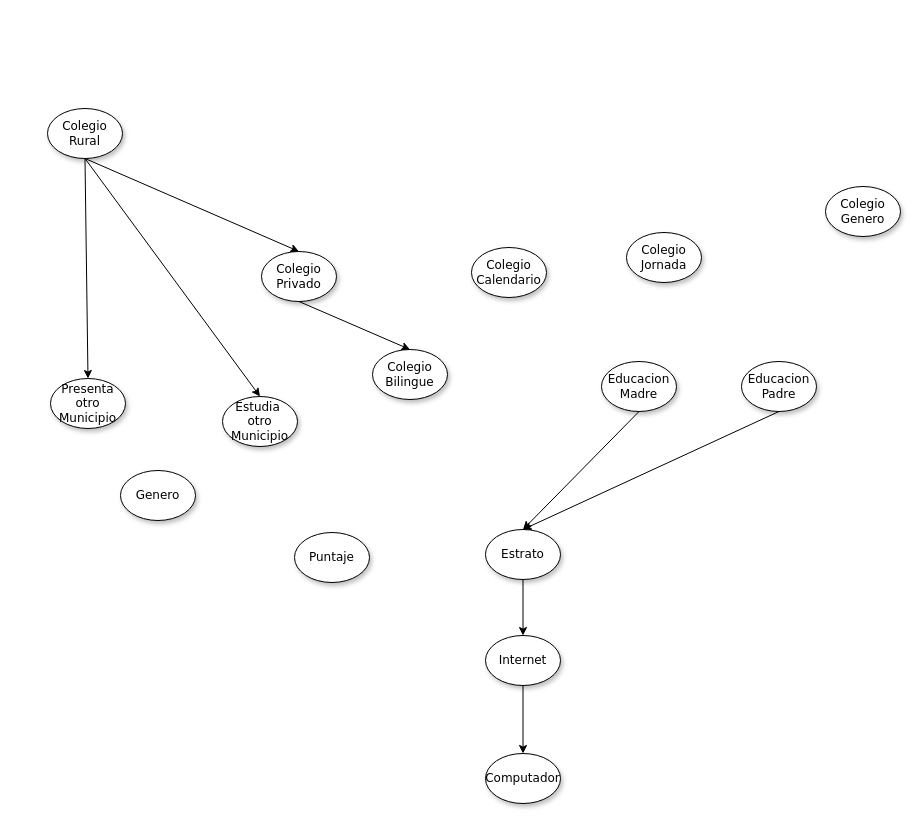
AnaliticaComputacional-2023-10/Proyecto3 keeps this draw.io diagram as Redes Bayesianas/Red Bayesiana.drawio. Above is the earlier version. Source tidied: cells renumbered, new cells numbered last; positions are measured from the earlier drawing's top-left corner, leaving out a move shared by most shapes. Both pictures are drawn from the tidied source at 100%, with x=0, y=0 at pixel (47, 108).
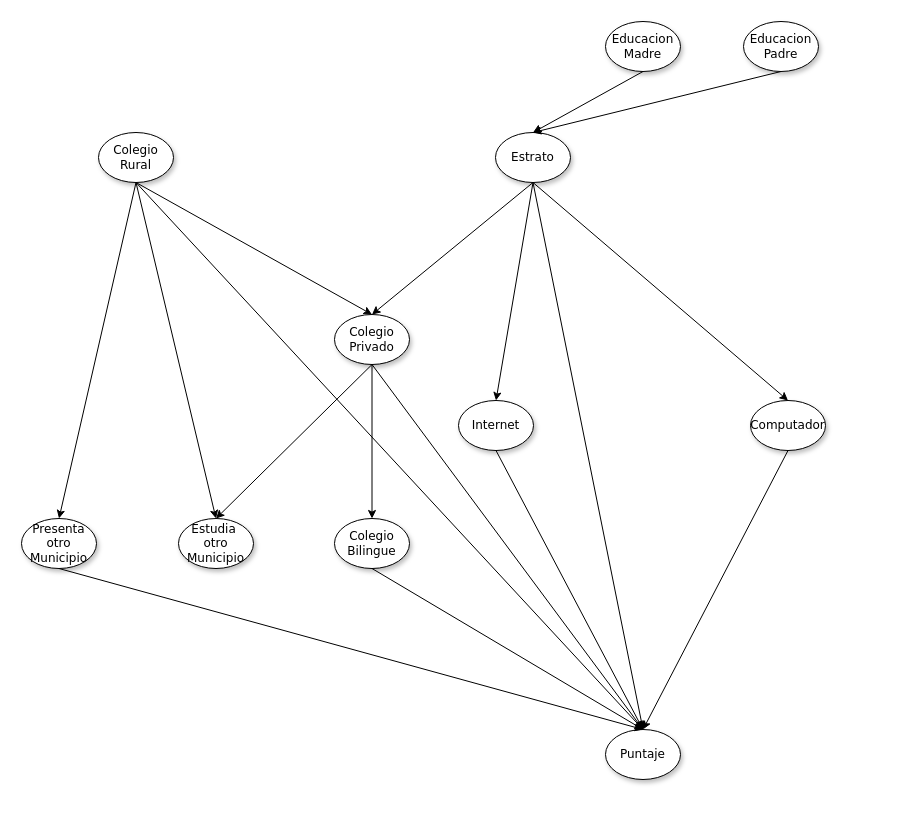
The same page after the edit.

Change to the diagram source:
```diff
@@
     <mxCell id="2" value="Colegio Rural" style="ellipse;whiteSpace=wrap;html=1;rounded=0;shadow=1;comic=0;labelBackgroundColor=none;strokeWidth=1;fontFamily=Verdana;fontSize=12;align=center;" parent="1" vertex="1">
-      <mxGeometry width="75" height="50" as="geometry" />
+      <mxGeometry x="51" y="24" width="75" height="50" as="geometry" />
     </mxCell>
@@
     <mxCell id="4" value="Colegio Bilingue" style="ellipse;whiteSpace=wrap;html=1;rounded=0;shadow=1;comic=0;labelBackgroundColor=none;strokeWidth=1;fontFamily=Verdana;fontSize=12;align=center;" parent="1" vertex="1">
-      <mxGeometry x="325" y="241" width="75" height="50" as="geometry" />
+      <mxGeometry x="287" y="410" width="75" height="50" as="geometry" />
     </mxCell>
-    <mxCell id="5" value="Colegio Calendario" style="ellipse;whiteSpace=wrap;html=1;rounded=0;shadow=1;comic=0;labelBackgroundColor=none;strokeWidth=1;fontFamily=Verdana;fontSize=12;align=center;" parent="1" vertex="1">
-      <mxGeometry x="424" y="139" width="75" height="50" as="geometry" />
-    </mxCell>
     <mxCell id="6" value="Colegio Privado" style="ellipse;whiteSpace=wrap;html=1;rounded=0;shadow=1;comic=0;labelBackgroundColor=none;strokeWidth=1;fontFamily=Verdana;fontSize=12;align=center;" parent="1" vertex="1">
-      <mxGeometry x="214" y="143" width="75" height="50" as="geometry" />
+      <mxGeometry x="287" y="206" width="75" height="50" as="geometry" />
     </mxCell>
-    <mxCell id="7" value="Colegio Genero" style="ellipse;whiteSpace=wrap;html=1;rounded=0;shadow=1;comic=0;labelBackgroundColor=none;strokeWidth=1;fontFamily=Verdana;fontSize=12;align=center;" parent="1" vertex="1">
-      <mxGeometry x="778" y="78" width="75" height="50" as="geometry" />
-    </mxCell>
-    <mxCell id="8" value="Colegio Jornada" style="ellipse;whiteSpace=wrap;html=1;rounded=0;shadow=1;comic=0;labelBackgroundColor=none;strokeWidth=1;fontFamily=Verdana;fontSize=12;align=center;" parent="1" vertex="1">
-      <mxGeometry x="579" y="124" width="75" height="50" as="geometry" />
-    </mxCell>
     <mxCell id="9" value="Estrato" style="ellipse;whiteSpace=wrap;html=1;rounded=0;shadow=1;comic=0;labelBackgroundColor=none;strokeWidth=1;fontFamily=Verdana;fontSize=12;align=center;" parent="1" vertex="1">
-      <mxGeometry x="438" y="421" width="75" height="50" as="geometry" />
+      <mxGeometry x="448" y="24" width="75" height="50" as="geometry" />
     </mxCell>
     <mxCell id="10" value="Educacion Madre" style="ellipse;whiteSpace=wrap;html=1;rounded=0;shadow=1;comic=0;labelBackgroundColor=none;strokeWidth=1;fontFamily=Verdana;fontSize=12;align=center;" parent="1" vertex="1">
-      <mxGeometry x="554" y="253" width="75" height="50" as="geometry" />
+      <mxGeometry x="558" y="-87" width="75" height="50" as="geometry" />
     </mxCell>
     <mxCell id="11" value="Educacion Padre" style="ellipse;whiteSpace=wrap;html=1;rounded=0;shadow=1;comic=0;labelBackgroundColor=none;strokeWidth=1;fontFamily=Verdana;fontSize=12;align=center;" parent="1" vertex="1">
-      <mxGeometry x="694" y="253" width="75" height="50" as="geometry" />
+      <mxGeometry x="696" y="-87" width="75" height="50" as="geometry" />
     </mxCell>
-    <mxCell id="12" value="Genero" style="ellipse;whiteSpace=wrap;html=1;rounded=0;shadow=1;comic=0;labelBackgroundColor=none;strokeWidth=1;fontFamily=Verdana;fontSize=12;align=center;" parent="1" vertex="1">
-      <mxGeometry x="73" y="362" width="75" height="50" as="geometry" />
-    </mxCell>
     <mxCell id="13" value="Computador" style="ellipse;whiteSpace=wrap;html=1;rounded=0;shadow=1;comic=0;labelBackgroundColor=none;strokeWidth=1;fontFamily=Verdana;fontSize=12;align=center;" parent="1" vertex="1">
-      <mxGeometry x="438" y="645" width="75" height="50" as="geometry" />
+      <mxGeometry x="703" y="292" width="75" height="50" as="geometry" />
     </mxCell>
     <mxCell id="14" value="Internet" style="ellipse;whiteSpace=wrap;html=1;rounded=0;shadow=1;comic=0;labelBackgroundColor=none;strokeWidth=1;fontFamily=Verdana;fontSize=12;align=center;" parent="1" vertex="1">
-      <mxGeometry x="438" y="527" width="75" height="50" as="geometry" />
+      <mxGeometry x="411" y="292" width="75" height="50" as="geometry" />
     </mxCell>
     <mxCell id="15" value="Estudia&amp;nbsp; otro Municipio" style="ellipse;whiteSpace=wrap;html=1;rounded=0;shadow=1;comic=0;labelBackgroundColor=none;strokeWidth=1;fontFamily=Verdana;fontSize=12;align=center;" parent="1" vertex="1">
-      <mxGeometry x="175" y="288" width="75" height="50" as="geometry" />
+      <mxGeometry x="131" y="410" width="75" height="50" as="geometry" />
     </mxCell>
     <mxCell id="16" value="Presenta otro Municipio" style="ellipse;whiteSpace=wrap;html=1;rounded=0;shadow=1;comic=0;labelBackgroundColor=none;strokeWidth=1;fontFamily=Verdana;fontSize=12;align=center;" parent="1" vertex="1">
-      <mxGeometry x="3" y="270" width="75" height="50" as="geometry" />
+      <mxGeometry x="-26" y="410" width="75" height="50" as="geometry" />
     </mxCell>
     <mxCell id="17" value="Puntaje" style="ellipse;whiteSpace=wrap;html=1;rounded=0;shadow=1;comic=0;labelBackgroundColor=none;strokeWidth=1;fontFamily=Verdana;fontSize=12;align=center;" parent="1" vertex="1">
-      <mxGeometry x="247" y="424" width="75" height="50" as="geometry" />
+      <mxGeometry x="558" y="621" width="75" height="50" as="geometry" />
     </mxCell>
@@
-    <mxCell id="23" style="endArrow=classic;html=1;rounded=0;exitX=0.5;exitY=1;exitDx=0;exitDy=0;entryX=0.5;entryY=0;entryDx=0;entryDy=0;" parent="1" edge="1" source="14" target="13">
+    <mxCell id="23" style="endArrow=classic;html=1;rounded=0;exitX=0.5;exitY=1;exitDx=0;exitDy=0;entryX=0.5;entryY=0;entryDx=0;entryDy=0;" parent="1" edge="1" source="9" target="13">
       <mxGeometry relative="1" as="geometry" />
     </mxCell>
@@
+    <mxCell id="25" style="endArrow=classic;html=1;rounded=0;exitX=0.5;exitY=1;exitDx=0;exitDy=0;entryX=0.5;entryY=0;entryDx=0;entryDy=0;" parent="1" edge="1" source="6" target="15">
+      <mxGeometry relative="1" as="geometry" />
+    </mxCell>
+    <mxCell id="26" style="endArrow=classic;html=1;rounded=0;exitX=0.5;exitY=1;exitDx=0;exitDy=0;entryX=0.5;entryY=0;entryDx=0;entryDy=0;" parent="1" edge="1" source="9" target="6">
+      <mxGeometry relative="1" as="geometry" />
+    </mxCell>
+    <mxCell id="27" style="endArrow=classic;html=1;rounded=0;exitX=0.5;exitY=1;exitDx=0;exitDy=0;entryX=0.5;entryY=0;entryDx=0;entryDy=0;" parent="1" edge="1" source="14" target="17">
+      <mxGeometry relative="1" as="geometry" />
+    </mxCell>
+    <mxCell id="28" style="endArrow=classic;html=1;rounded=0;exitX=0.5;exitY=1;exitDx=0;exitDy=0;entryX=0.5;entryY=0;entryDx=0;entryDy=0;" parent="1" edge="1" source="13" target="17">
+      <mxGeometry relative="1" as="geometry" />
+    </mxCell>
+    <mxCell id="29" style="endArrow=classic;html=1;rounded=0;entryX=0.5;entryY=0;entryDx=0;entryDy=0;exitX=0.5;exitY=1;exitDx=0;exitDy=0;" parent="1" edge="1" source="9" target="17">
+      <mxGeometry relative="1" as="geometry" />
+    </mxCell>
+    <mxCell id="30" style="endArrow=classic;html=1;rounded=0;exitX=0.5;exitY=1;exitDx=0;exitDy=0;entryX=0.5;entryY=0;entryDx=0;entryDy=0;" parent="1" edge="1" source="6" target="17">
+      <mxGeometry relative="1" as="geometry" />
+    </mxCell>
+    <mxCell id="31" style="endArrow=classic;html=1;rounded=0;exitX=0.5;exitY=1;exitDx=0;exitDy=0;entryX=0.5;entryY=0;entryDx=0;entryDy=0;" parent="1" edge="1" source="2" target="17">
+      <mxGeometry relative="1" as="geometry" />
+    </mxCell>
+    <mxCell id="32" style="endArrow=classic;html=1;rounded=0;exitX=0.5;exitY=1;exitDx=0;exitDy=0;entryX=0.5;entryY=0;entryDx=0;entryDy=0;" parent="1" edge="1" source="16" target="17">
+      <mxGeometry relative="1" as="geometry" />
+    </mxCell>
+    <mxCell id="33" style="endArrow=classic;html=1;rounded=0;exitX=0.5;exitY=1;exitDx=0;exitDy=0;entryX=0.5;entryY=0;entryDx=0;entryDy=0;" parent="1" edge="1" source="4" target="17">
+      <mxGeometry relative="1" as="geometry" />
+    </mxCell>
```
